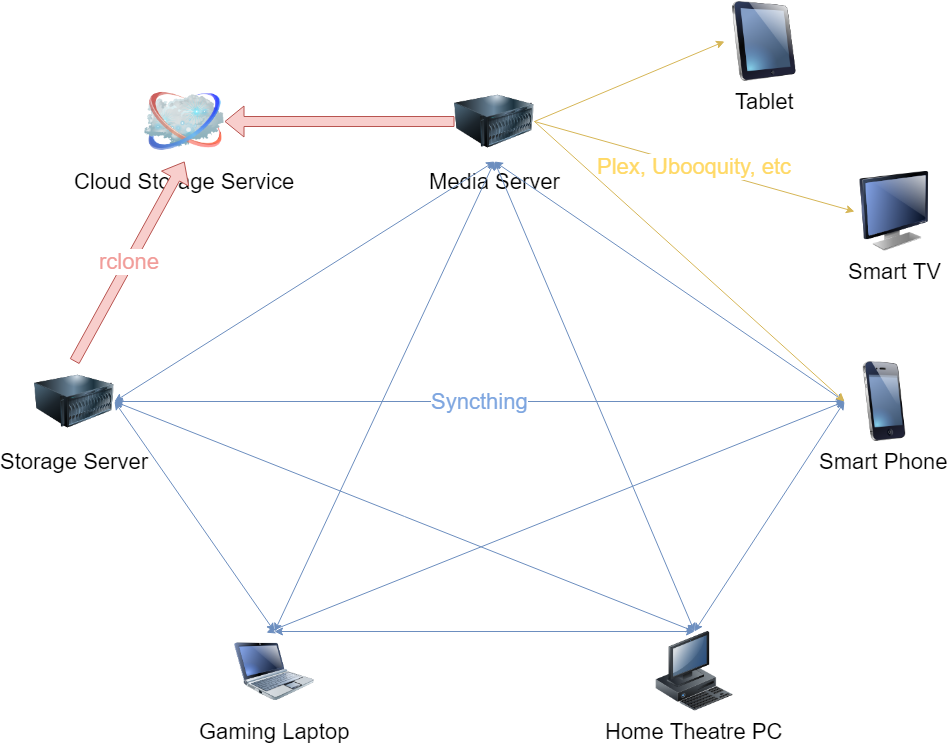
Above: Logical Layout.png in syedrali/architecture (draw.io), before the change. Source tidied: cells renumbered, new cells last; positions are measured from the earlier drawing's top-left corner, leaving out a move shared by most shapes. Source of this version:
```xml
<mxGraphModel background="#ffffff">
  <root>
    <mxCell id="0" />
    <mxCell id="1" parent="0" />
    <mxCell id="2" style="edgeStyle=none;rounded=0;html=1;labelBackgroundColor=none;endArrow=none;strokeColor=#000000;strokeWidth=2;fontFamily=Verdana;fontSize=22;fontColor=#000000;" parent="1" edge="1">
      <mxGeometry relative="1" as="geometry">
        <mxPoint x="500" y="290" as="sourcePoint" />
        <mxPoint x="500" y="290" as="targetPoint" />
      </mxGeometry>
    </mxCell>
    <mxCell id="3" value="Tablet" style="image;html=1;labelBackgroundColor=#ffffff;image=img/lib/clip_art/computers/iPad_128x128.png;rounded=1;shadow=0;comic=0;strokeColor=#000000;strokeWidth=2;fillColor=#FFFFFF;fontSize=22;fontColor=#000000;" parent="1" vertex="1">
      <mxGeometry x="690" width="80" height="80" as="geometry" />
    </mxCell>
    <mxCell id="4" value="Home Theatre PC" style="image;html=1;labelBackgroundColor=#ffffff;image=img/lib/clip_art/computers/Workstation_128x128.png;rounded=1;shadow=0;comic=0;strokeColor=#000000;strokeWidth=2;fillColor=#FFFFFF;fontSize=22;fontColor=#000000;" parent="1" vertex="1">
      <mxGeometry x="620" y="630" width="80" height="80" as="geometry" />
    </mxCell>
    <mxCell id="5" value="Smart Phone" style="image;html=1;labelBackgroundColor=#ffffff;image=img/lib/clip_art/telecommunication/iPhone_128x128.png;rounded=1;shadow=0;comic=0;strokeColor=#000000;strokeWidth=2;fillColor=#FFFFFF;fontSize=22;fontColor=#000000;" parent="1" vertex="1">
      <mxGeometry x="810" y="360" width="80" height="80" as="geometry" />
    </mxCell>
    <mxCell id="6" value="Gaming Laptop" style="image;html=1;labelBackgroundColor=#ffffff;image=img/lib/clip_art/computers/Netbook_128x128.png;rounded=1;shadow=0;comic=0;strokeColor=#000000;strokeWidth=2;fillColor=#FFFFFF;fontSize=22;fontColor=#000000;" parent="1" vertex="1">
      <mxGeometry x="200" y="630" width="80" height="80" as="geometry" />
    </mxCell>
    <mxCell id="7" value="Storage Server" style="image;html=1;labelBackgroundColor=#ffffff;image=img/lib/clip_art/computers/Server_128x128.png;fontSize=22;" parent="1" vertex="1">
      <mxGeometry y="360" width="80" height="80" as="geometry" />
    </mxCell>
    <mxCell id="8" value="Media Server" style="image;html=1;labelBackgroundColor=#ffffff;image=img/lib/clip_art/computers/Server_128x128.png;fontSize=22;" parent="1" vertex="1">
      <mxGeometry x="420" y="80" width="80" height="80" as="geometry" />
    </mxCell>
    <mxCell id="9" value="Cloud Storage Service" style="image;html=1;labelBackgroundColor=#ffffff;image=img/lib/clip_art/networking/Cloud_128x128.png;fontSize=22;" parent="1" vertex="1">
      <mxGeometry x="110" y="80" width="80" height="80" as="geometry" />
    </mxCell>
    <mxCell id="10" value="Smart TV" style="image;html=1;labelBackgroundColor=#ffffff;image=img/lib/clip_art/computers/Monitor_128x128.png;fontSize=22;" parent="1" vertex="1">
      <mxGeometry x="820" y="170" width="80" height="80" as="geometry" />
    </mxCell>
    <mxCell id="11" value="rclone" style="shape=flexArrow;endArrow=classic;html=1;exitX=0.5;exitY=0;exitDx=0;exitDy=0;entryX=0.5;entryY=1;entryDx=0;entryDy=0;fillColor=#f8cecc;strokeColor=#b85450;fontColor=#F19C99;fontSize=22;" parent="1" edge="1" source="7" target="9">
      <mxGeometry relative="1" as="geometry" />
    </mxCell>
    <mxCell id="12" style="shape=flexArrow;endArrow=classic;html=1;entryX=1;entryY=0.5;entryDx=0;entryDy=0;fillColor=#f8cecc;strokeColor=#b85450;fontColor=#F19C99;fontSize=22;" parent="1" edge="1" source="8" target="9">
      <mxGeometry relative="1" as="geometry" />
    </mxCell>
    <mxCell id="13" value="&lt;font color=&quot;#ffd966&quot;&gt;Plex, Ubooquity, etc&lt;br&gt;&lt;/font&gt;" style="endArrow=classic;html=1;exitX=1;exitY=0.5;exitDx=0;exitDy=0;entryX=0;entryY=0.5;entryDx=0;entryDy=0;fillColor=#fff2cc;strokeColor=#d6b656;fontSize=22;fontColor=#FFE599;" parent="1" edge="1" source="8" target="10">
      <mxGeometry relative="1" as="geometry" />
    </mxCell>
    <mxCell id="14" style="endArrow=classic;startArrow=classic;html=1;entryX=0.5;entryY=1;entryDx=0;entryDy=0;fillColor=#dae8fc;strokeColor=#6c8ebf;fontSize=22;exitX=1;exitY=0.5;exitDx=0;exitDy=0;" parent="1" edge="1" source="7" target="8">
      <mxGeometry relative="1" as="geometry" />
    </mxCell>
    <mxCell id="15" style="endArrow=classic;startArrow=classic;html=1;exitX=1;exitY=0.5;exitDx=0;exitDy=0;entryX=0.5;entryY=0;entryDx=0;entryDy=0;fillColor=#dae8fc;strokeColor=#6c8ebf;" parent="1" edge="1" source="7" target="6">
      <mxGeometry relative="1" as="geometry" />
    </mxCell>
    <mxCell id="16" style="endArrow=classic;startArrow=classic;html=1;entryX=0.5;entryY=1;entryDx=0;entryDy=0;exitX=0.5;exitY=0;exitDx=0;exitDy=0;fillColor=#dae8fc;strokeColor=#6c8ebf;" parent="1" edge="1" source="6" target="8">
      <mxGeometry relative="1" as="geometry" />
    </mxCell>
    <mxCell id="17" style="endArrow=classic;startArrow=classic;html=1;entryX=0.5;entryY=1;entryDx=0;entryDy=0;exitX=0.5;exitY=0;exitDx=0;exitDy=0;fillColor=#dae8fc;strokeColor=#6c8ebf;" parent="1" edge="1" source="4" target="8">
      <mxGeometry relative="1" as="geometry" />
    </mxCell>
    <mxCell id="18" style="endArrow=classic;startArrow=classic;html=1;entryX=0.5;entryY=1;entryDx=0;entryDy=0;exitX=0;exitY=0.5;exitDx=0;exitDy=0;fillColor=#dae8fc;strokeColor=#6c8ebf;" parent="1" edge="1" source="5" target="8">
      <mxGeometry relative="1" as="geometry" />
    </mxCell>
    <mxCell id="19" style="endArrow=classic;startArrow=classic;html=1;exitX=1;exitY=0.5;exitDx=0;exitDy=0;fillColor=#dae8fc;strokeColor=#6c8ebf;entryX=0.5;entryY=0;entryDx=0;entryDy=0;" parent="1" edge="1" source="7" target="4">
      <mxGeometry relative="1" as="geometry" />
    </mxCell>
    <mxCell id="20" value="&lt;font color=&quot;#7ea6e0&quot; style=&quot;font-size: 22px&quot;&gt;Syncthing&lt;/font&gt;" style="endArrow=classic;startArrow=classic;html=1;exitX=1;exitY=0.5;exitDx=0;exitDy=0;fillColor=#dae8fc;strokeColor=#6c8ebf;" parent="1" edge="1" source="7" target="5">
      <mxGeometry relative="1" as="geometry" />
    </mxCell>
    <mxCell id="21" style="endArrow=classic;startArrow=classic;html=1;exitX=0.5;exitY=0;exitDx=0;exitDy=0;entryX=0.5;entryY=0;entryDx=0;entryDy=0;fillColor=#dae8fc;strokeColor=#6c8ebf;" parent="1" edge="1" source="6" target="4">
      <mxGeometry relative="1" as="geometry" />
    </mxCell>
    <mxCell id="22" style="endArrow=classic;startArrow=classic;html=1;exitX=0.4;exitY=0.015;exitDx=0;exitDy=0;exitPerimeter=0;entryX=0;entryY=0.5;entryDx=0;entryDy=0;fillColor=#dae8fc;strokeColor=#6c8ebf;" parent="1" edge="1" source="6" target="5">
      <mxGeometry relative="1" as="geometry" />
    </mxCell>
    <mxCell id="23" style="endArrow=classic;startArrow=classic;html=1;exitX=0.5;exitY=0;exitDx=0;exitDy=0;entryX=0;entryY=0.5;entryDx=0;entryDy=0;fillColor=#dae8fc;strokeColor=#6c8ebf;" parent="1" edge="1" source="4" target="5">
      <mxGeometry relative="1" as="geometry" />
    </mxCell>
    <mxCell id="24" style="endArrow=classic;html=1;exitX=1;exitY=0.5;exitDx=0;exitDy=0;fillColor=#fff2cc;strokeColor=#d6b656;entryX=0;entryY=0.5;entryDx=0;entryDy=0;" parent="1" edge="1" source="8" target="5">
      <mxGeometry relative="1" as="geometry" />
    </mxCell>
    <mxCell id="25" value="&lt;font color=&quot;#ffd966&quot;&gt;&lt;br&gt;&lt;/font&gt;" style="endArrow=classic;html=1;exitX=1;exitY=0.5;exitDx=0;exitDy=0;entryX=0;entryY=0.5;entryDx=0;entryDy=0;fillColor=#fff2cc;strokeColor=#d6b656;fontSize=22;fontColor=#FFE599;" parent="1" edge="1" source="8" target="3">
      <mxGeometry relative="1" as="geometry" />
    </mxCell>
  </root>
</mxGraphModel>
```
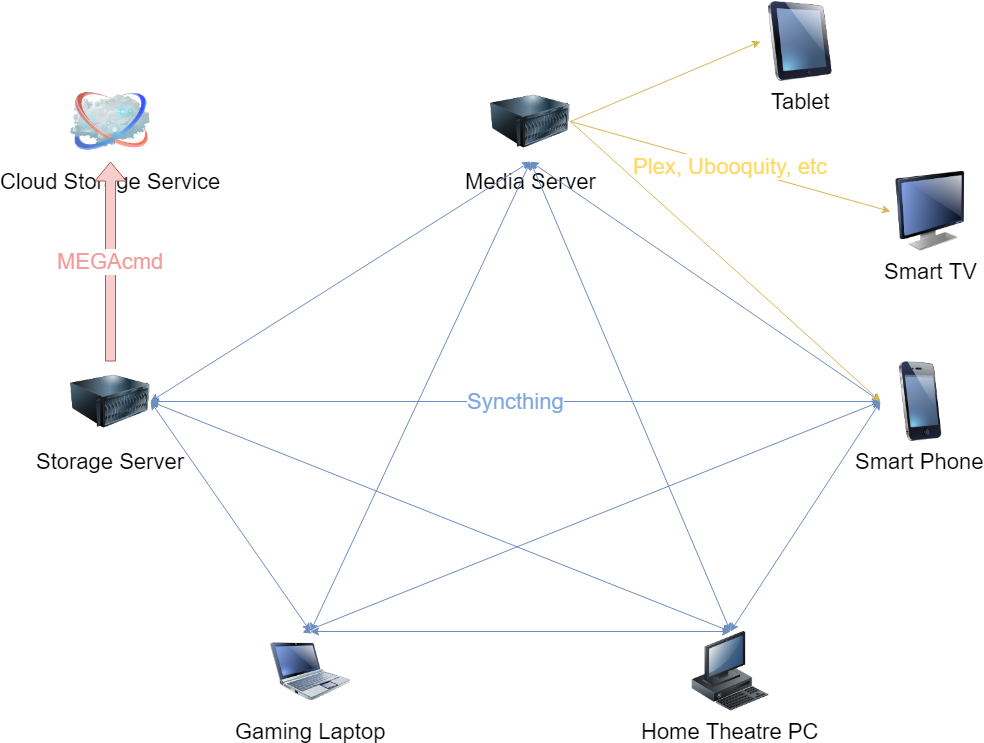
After the change.

Commit message:
Updated to show change from rclone to MEGAcmd.

Diff of the diagram source:
```diff
@@ -27,17 +27,14 @@
       <mxGeometry x="420" y="80" width="80" height="80" as="geometry" />
     </mxCell>
     <mxCell id="9" value="Cloud Storage Service" style="image;html=1;labelBackgroundColor=#ffffff;image=img/lib/clip_art/networking/Cloud_128x128.png;fontSize=22;" parent="1" vertex="1">
-      <mxGeometry x="110" y="80" width="80" height="80" as="geometry" />
+      <mxGeometry y="80" width="80" height="80" as="geometry" />
     </mxCell>
     <mxCell id="10" value="Smart TV" style="image;html=1;labelBackgroundColor=#ffffff;image=img/lib/clip_art/computers/Monitor_128x128.png;fontSize=22;" parent="1" vertex="1">
       <mxGeometry x="820" y="170" width="80" height="80" as="geometry" />
     </mxCell>
-    <mxCell id="11" value="rclone" style="shape=flexArrow;endArrow=classic;html=1;exitX=0.5;exitY=0;exitDx=0;exitDy=0;entryX=0.5;entryY=1;entryDx=0;entryDy=0;fillColor=#f8cecc;strokeColor=#b85450;fontColor=#F19C99;fontSize=22;" parent="1" edge="1" source="7" target="9">
+    <mxCell id="11" value="MEGAcmd" style="shape=flexArrow;endArrow=classic;html=1;exitX=0.5;exitY=0;exitDx=0;exitDy=0;entryX=0.5;entryY=1;entryDx=0;entryDy=0;fillColor=#f8cecc;strokeColor=#b85450;fontColor=#F19C99;fontSize=22;" parent="1" edge="1" source="7" target="9">
       <mxGeometry relative="1" as="geometry" />
     </mxCell>
-    <mxCell id="12" style="shape=flexArrow;endArrow=classic;html=1;entryX=1;entryY=0.5;entryDx=0;entryDy=0;fillColor=#f8cecc;strokeColor=#b85450;fontColor=#F19C99;fontSize=22;" parent="1" edge="1" source="8" target="9">
-      <mxGeometry relative="1" as="geometry" />
-    </mxCell>
     <mxCell id="13" value="&lt;font color=&quot;#ffd966&quot;&gt;Plex, Ubooquity, etc&lt;br&gt;&lt;/font&gt;" style="endArrow=classic;html=1;exitX=1;exitY=0.5;exitDx=0;exitDy=0;entryX=0;entryY=0.5;entryDx=0;entryDy=0;fillColor=#fff2cc;strokeColor=#d6b656;fontSize=22;fontColor=#FFE599;" parent="1" edge="1" source="8" target="10">
       <mxGeometry relative="1" as="geometry" />
     </mxCell>
```
